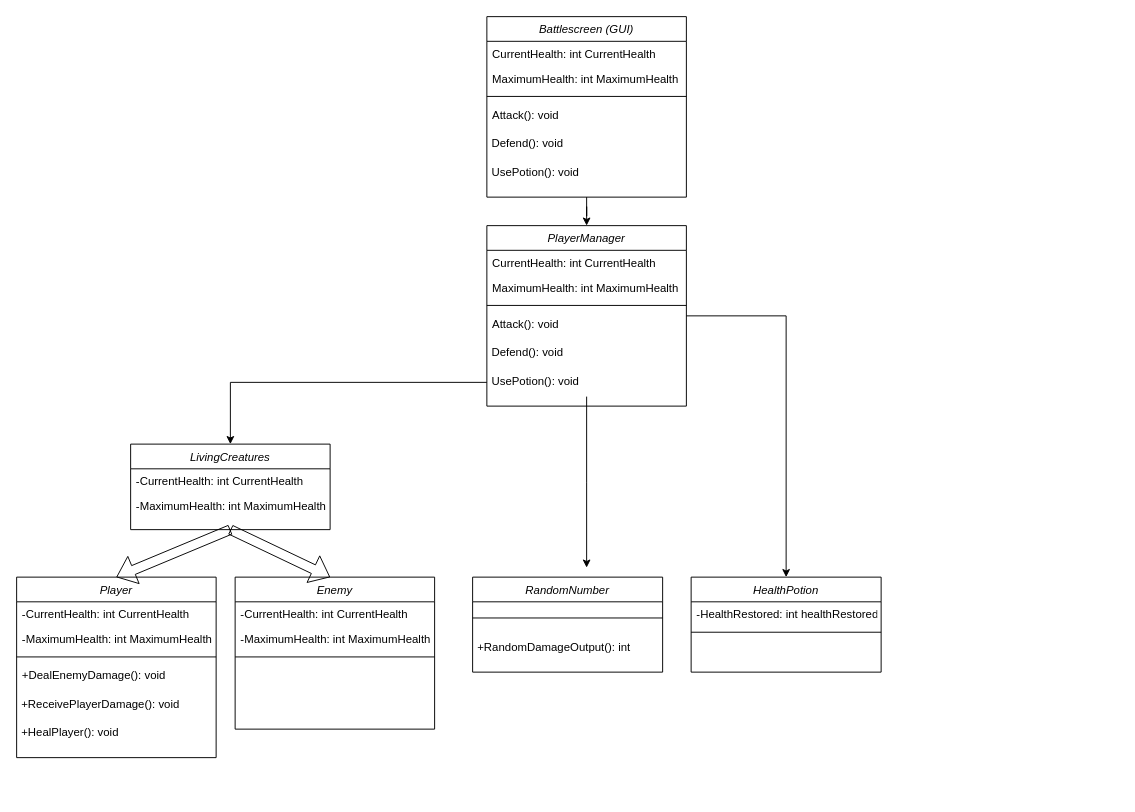
The draw.io diagram UML Class Diagram.drawio in SjoerdJoosen/2DTurnBasedRPG, before the edit. Source tidied: cells renumbered, new cells numbered last; positions are measured from the earlier drawing's top-left corner, leaving out a move shared by most shapes. Both pictures are drawn from the tidied source at 95%, with x=0, y=0 at pixel (16, 16).
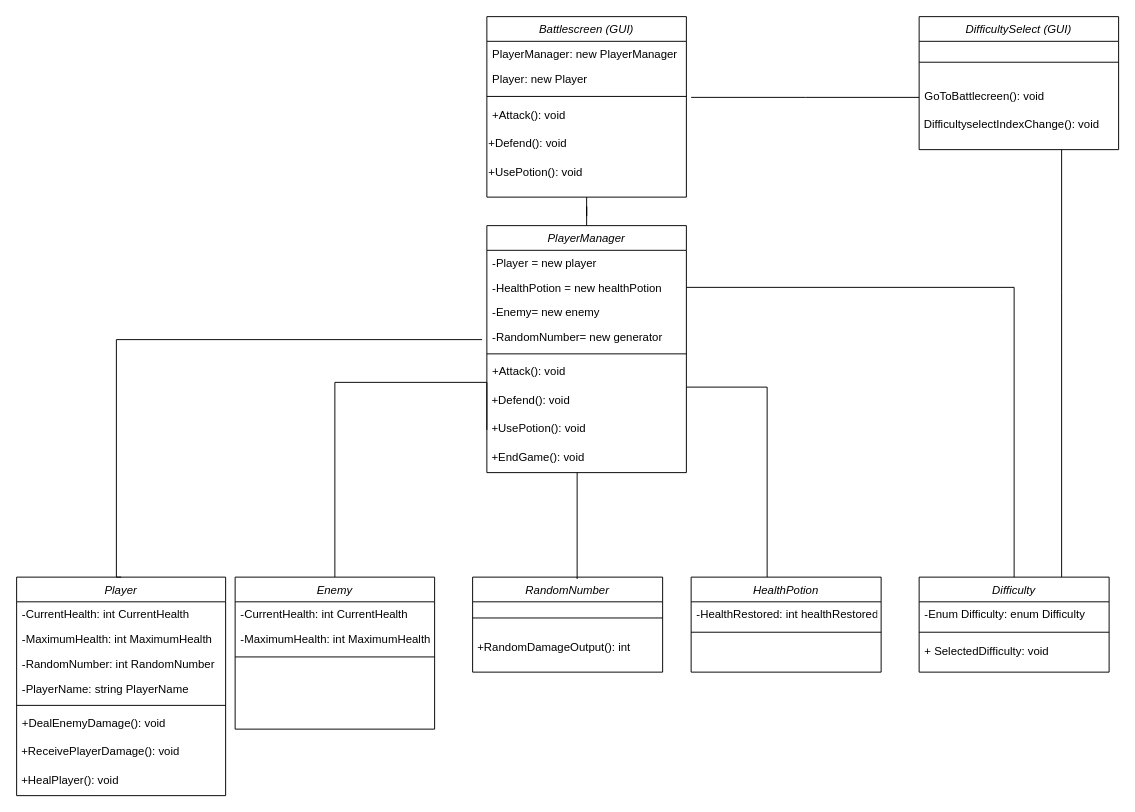
The same diagram, later.

Unchanged cells that the change refers to:
```xml
<mxCell id="9" value="HealthPotion" style="swimlane;fontStyle=2;align=center;verticalAlign=top;horizontal=1;startSize=26;rounded=0;shadow=0;strokeWidth=1;" parent="1" vertex="1">
  <mxGeometry x="710" y="590" width="200" height="100" as="geometry" />
</mxCell>
<mxCell id="15" value="Enemy" style="swimlane;fontStyle=2;align=center;verticalAlign=top;horizontal=1;startSize=26;rounded=0;shadow=0;strokeWidth=1;" parent="1" vertex="1">
  <mxGeometry x="230" y="590" width="210" height="160" as="geometry" />
</mxCell>
<mxCell id="20" value="Battlescreen (GUI)" style="swimlane;fontStyle=2;align=center;verticalAlign=top;horizontal=1;startSize=26;rounded=0;shadow=0;strokeWidth=1;" parent="1" vertex="1">
  <mxGeometry x="495" width="210" height="190" as="geometry" />
</mxCell>
```

The edit, as a diff of the source:
```diff
@@
     <mxCell id="2" value="Player" style="swimlane;fontStyle=2;align=center;verticalAlign=top;horizontal=1;startSize=26;rounded=0;shadow=0;strokeWidth=1;" parent="1" vertex="1">
-      <mxGeometry y="590" width="210" height="190" as="geometry" />
+      <mxGeometry y="590" width="220" height="230" as="geometry" />
     </mxCell>
     <mxCell id="3" value="-CurrentHealth: int CurrentHealth" style="text;align=left;verticalAlign=top;spacingLeft=4;spacingRight=4;overflow=hidden;" parent="2" vertex="1">
-      <mxGeometry y="26" width="210" height="26" as="geometry" />
+      <mxGeometry y="26" width="220" height="26" as="geometry" />
     </mxCell>
     <mxCell id="4" value="-MaximumHealth: int MaximumHealth" style="text;align=left;verticalAlign=top;spacingLeft=4;spacingRight=4;overflow=hidden;rounded=0;shadow=0;html=0;" parent="2" vertex="1">
-      <mxGeometry y="52" width="210" height="26" as="geometry" />
+      <mxGeometry y="52" width="220" height="26" as="geometry" />
     </mxCell>
+    <mxCell id="42" value="-RandomNumber: int RandomNumber" style="text;align=left;verticalAlign=top;spacingLeft=4;spacingRight=4;overflow=hidden;rounded=0;shadow=0;html=0;" parent="2" vertex="1">
+      <mxGeometry y="78" width="220" height="26" as="geometry" />
+    </mxCell>
+    <mxCell id="43" value="-PlayerName: string PlayerName" style="text;align=left;verticalAlign=top;spacingLeft=4;spacingRight=4;overflow=hidden;rounded=0;shadow=0;html=0;" parent="2" vertex="1">
+      <mxGeometry y="104" width="220" height="26" as="geometry" />
+    </mxCell>
     <mxCell id="5" style="line;html=1;strokeWidth=1;align=left;verticalAlign=middle;spacingTop=-1;spacingLeft=3;spacingRight=3;labelPosition=right;" parent="2" vertex="1">
-      <mxGeometry y="78" width="210" height="12" as="geometry" />
+      <mxGeometry y="130" width="220" height="10" as="geometry" />
     </mxCell>
     <mxCell id="6" value="+DealEnemyDamage(): void" style="text;align=left;verticalAlign=top;spacingLeft=4;spacingRight=4;overflow=hidden;" parent="2" vertex="1">
-      <mxGeometry y="90" width="210" height="30" as="geometry" />
+      <mxGeometry y="140" width="220" height="30" as="geometry" />
     </mxCell>
     <mxCell id="7" value="&lt;span style=&quot;font-family: &amp;#34;helvetica&amp;#34;&quot;&gt;&amp;nbsp;+ReceivePlayerDamage(): void&lt;/span&gt;" style="text;whiteSpace=wrap;html=1;" parent="2" vertex="1">
-      <mxGeometry y="120" width="210" height="30" as="geometry" />
+      <mxGeometry y="170" width="220" height="30" as="geometry" />
     </mxCell>
     <mxCell id="8" value="&lt;span style=&quot;font-family: &amp;#34;helvetica&amp;#34;&quot;&gt;&amp;nbsp;+HealPlayer(): void&lt;/span&gt;" style="text;whiteSpace=wrap;html=1;" parent="2" vertex="1">
-      <mxGeometry y="150" width="210" height="30" as="geometry" />
+      <mxGeometry y="200" width="220" height="30" as="geometry" />
     </mxCell>
@@
+    <mxCell id="44" style="edgeStyle=orthogonalEdgeStyle;rounded=0;jettySize=auto;html=1;endArrow=none;endFill=0;entryX=0;entryY=0.5;entryDx=0;entryDy=0;" parent="1" edge="1" source="15" target="37">
+      <mxGeometry relative="1" as="geometry">
+        <Array as="points">
+          <mxPoint x="335" y="385" />
+        </Array>
+      </mxGeometry>
+    </mxCell>
@@
-    <mxCell id="19" style="edgeStyle=orthogonalEdgeStyle;rounded=0;jettySize=auto;html=1;" parent="1" edge="1" source="20" target="31">
+    <mxCell id="19" style="edgeStyle=orthogonalEdgeStyle;rounded=0;jettySize=auto;html=1;endArrow=none;endFill=0;" parent="1" edge="1" source="20" target="31">
       <mxGeometry relative="1" as="geometry" />
     </mxCell>
@@
-    <mxCell id="21" value="CurrentHealth: int CurrentHealth" style="text;align=left;verticalAlign=top;spacingLeft=4;spacingRight=4;overflow=hidden;" parent="20" vertex="1">
+    <mxCell id="21" value="PlayerManager: new PlayerManager" style="text;align=left;verticalAlign=top;spacingLeft=4;spacingRight=4;overflow=hidden;" parent="20" vertex="1">
       <mxGeometry y="26" width="210" height="26" as="geometry" />
     </mxCell>
-    <mxCell id="22" value="MaximumHealth: int MaximumHealth" style="text;align=left;verticalAlign=top;spacingLeft=4;spacingRight=4;overflow=hidden;rounded=0;shadow=0;html=0;" parent="20" vertex="1">
+    <mxCell id="22" value="Player: new Player" style="text;align=left;verticalAlign=top;spacingLeft=4;spacingRight=4;overflow=hidden;rounded=0;shadow=0;html=0;" parent="20" vertex="1">
       <mxGeometry y="52" width="210" height="26" as="geometry" />
     </mxCell>
@@
-    <mxCell id="24" value="Attack(): void" style="text;align=left;verticalAlign=top;spacingLeft=4;spacingRight=4;overflow=hidden;" parent="20" vertex="1">
+    <mxCell id="24" value="+Attack(): void" style="text;align=left;verticalAlign=top;spacingLeft=4;spacingRight=4;overflow=hidden;" parent="20" vertex="1">
       <mxGeometry y="90" width="210" height="30" as="geometry" />
     </mxCell>
-    <mxCell id="25" value="&lt;span style=&quot;font-family: &amp;#34;helvetica&amp;#34;&quot;&gt;&amp;nbsp;Defend(): void&lt;/span&gt;" style="text;whiteSpace=wrap;html=1;" parent="20" vertex="1">
+    <mxCell id="25" value="&lt;span style=&quot;font-family: &amp;#34;helvetica&amp;#34;&quot;&gt;+Defend(): void&lt;/span&gt;" style="text;whiteSpace=wrap;html=1;" parent="20" vertex="1">
       <mxGeometry y="120" width="210" height="30" as="geometry" />
     </mxCell>
-    <mxCell id="26" value="&lt;span style=&quot;font-family: &amp;#34;helvetica&amp;#34;&quot;&gt;&amp;nbsp;UsePotion(): void&lt;/span&gt;" style="text;whiteSpace=wrap;html=1;" parent="20" vertex="1">
+    <mxCell id="26" value="&lt;span style=&quot;font-family: &amp;#34;helvetica&amp;#34;&quot;&gt;+UsePotion(): void&lt;/span&gt;" style="text;whiteSpace=wrap;html=1;" parent="20" vertex="1">
       <mxGeometry y="150" width="210" height="30" as="geometry" />
     </mxCell>
-    <mxCell id="27" value="LivingCreatures" style="swimlane;fontStyle=2;align=center;verticalAlign=top;horizontal=1;startSize=26;rounded=0;shadow=0;strokeWidth=1;" parent="1" vertex="1">
-      <mxGeometry x="120" y="450" width="210" height="90" as="geometry" />
-    </mxCell>
-    <mxCell id="28" value="-CurrentHealth: int CurrentHealth" style="text;align=left;verticalAlign=top;spacingLeft=4;spacingRight=4;overflow=hidden;" parent="27" vertex="1">
-      <mxGeometry y="26" width="210" height="26" as="geometry" />
-    </mxCell>
-    <mxCell id="29" value="-MaximumHealth: int MaximumHealth" style="text;align=left;verticalAlign=top;spacingLeft=4;spacingRight=4;overflow=hidden;rounded=0;shadow=0;html=0;" parent="27" vertex="1">
-      <mxGeometry y="52" width="210" height="26" as="geometry" />
-    </mxCell>
-    <mxCell id="30" style="edgeStyle=orthogonalEdgeStyle;rounded=0;jettySize=auto;html=1;" parent="1" edge="1" source="31" target="9">
-      <mxGeometry relative="1" as="geometry" />
+    <mxCell id="30" style="edgeStyle=orthogonalEdgeStyle;rounded=0;jettySize=auto;html=1;startArrow=none;startFill=0;endArrow=none;endFill=0;" parent="1" edge="1" source="31" target="9">
+      <mxGeometry relative="1" as="geometry">
+        <Array as="points">
+          <mxPoint x="790" y="390" />
+        </Array>
+      </mxGeometry>
     </mxCell>
     <mxCell id="31" value="PlayerManager" style="swimlane;fontStyle=2;align=center;verticalAlign=top;horizontal=1;startSize=26;rounded=0;shadow=0;strokeWidth=1;" parent="1" vertex="1">
-      <mxGeometry x="495" y="220" width="210" height="190" as="geometry" />
+      <mxGeometry x="495" y="220" width="210" height="260" as="geometry" />
     </mxCell>
-    <mxCell id="32" value="CurrentHealth: int CurrentHealth" style="text;align=left;verticalAlign=top;spacingLeft=4;spacingRight=4;overflow=hidden;" parent="31" vertex="1">
+    <mxCell id="32" value="-Player = new player" style="text;align=left;verticalAlign=top;spacingLeft=4;spacingRight=4;overflow=hidden;" parent="31" vertex="1">
       <mxGeometry y="26" width="210" height="26" as="geometry" />
     </mxCell>
-    <mxCell id="33" value="MaximumHealth: int MaximumHealth" style="text;align=left;verticalAlign=top;spacingLeft=4;spacingRight=4;overflow=hidden;points=[[0,0.5],[1,0.5]];portConstraint=eastwest;rounded=0;shadow=0;html=0;" parent="31" vertex="1">
+    <mxCell id="33" value="-HealthPotion = new healthPotion" style="text;align=left;verticalAlign=top;spacingLeft=4;spacingRight=4;overflow=hidden;points=[[0,0.5],[1,0.5]];portConstraint=eastwest;rounded=0;shadow=0;html=0;" parent="31" vertex="1">
       <mxGeometry y="52" width="210" height="26" as="geometry" />
     </mxCell>
+    <mxCell id="45" value="-Enemy= new enemy" style="text;align=left;verticalAlign=top;spacingLeft=4;spacingRight=4;overflow=hidden;rounded=0;shadow=0;html=0;" parent="31" vertex="1">
+      <mxGeometry y="78" width="210" height="26" as="geometry" />
+    </mxCell>
+    <mxCell id="46" value="-RandomNumber= new generator" style="text;align=left;verticalAlign=top;spacingLeft=4;spacingRight=4;overflow=hidden;rounded=0;shadow=0;html=0;" parent="31" vertex="1">
+      <mxGeometry y="104" width="210" height="26" as="geometry" />
+    </mxCell>
     <mxCell id="34" style="line;html=1;strokeWidth=1;align=left;verticalAlign=middle;spacingTop=-1;spacingLeft=3;spacingRight=3;labelPosition=right;" parent="31" vertex="1">
-      <mxGeometry y="78" width="210" height="12" as="geometry" />
+      <mxGeometry y="130" width="210" height="10" as="geometry" />
     </mxCell>
-    <mxCell id="35" value="Attack(): void" style="text;align=left;verticalAlign=top;spacingLeft=4;spacingRight=4;overflow=hidden;" parent="31" vertex="1">
-      <mxGeometry y="90" width="210" height="30" as="geometry" />
+    <mxCell id="35" value="+Attack(): void" style="text;align=left;verticalAlign=top;spacingLeft=4;spacingRight=4;overflow=hidden;" parent="31" vertex="1">
+      <mxGeometry y="140" width="210" height="30" as="geometry" />
     </mxCell>
-    <mxCell id="36" value="&lt;span style=&quot;font-family: &amp;#34;helvetica&amp;#34;&quot;&gt;&amp;nbsp;Defend(): void&lt;/span&gt;" style="text;whiteSpace=wrap;html=1;" parent="31" vertex="1">
-      <mxGeometry y="120" width="210" height="30" as="geometry" />
+    <mxCell id="36" value="&lt;span style=&quot;font-family: &amp;#34;helvetica&amp;#34;&quot;&gt;&amp;nbsp;+Defend(): void&lt;/span&gt;" style="text;whiteSpace=wrap;html=1;" parent="31" vertex="1">
+      <mxGeometry y="170" width="210" height="30" as="geometry" />
     </mxCell>
-    <mxCell id="37" value="&lt;span style=&quot;font-family: &amp;#34;helvetica&amp;#34;&quot;&gt;&amp;nbsp;UsePotion(): void&lt;/span&gt;" style="text;whiteSpace=wrap;html=1;" parent="31" vertex="1">
-      <mxGeometry y="150" width="210" height="30" as="geometry" />
+    <mxCell id="37" value="&lt;span style=&quot;font-family: &amp;#34;helvetica&amp;#34;&quot;&gt;&amp;nbsp;+UsePotion(): void&lt;/span&gt;" style="text;whiteSpace=wrap;html=1;" parent="31" vertex="1">
+      <mxGeometry y="200" width="210" height="30" as="geometry" />
     </mxCell>
-    <mxCell id="38" style="shape=flexArrow;endArrow=classic;html=1;exitX=0.5;exitY=1;exitDx=0;exitDy=0;entryX=0.5;entryY=0;entryDx=0;entryDy=0;" parent="1" edge="1" source="27" target="2">
-      <mxGeometry relative="1" as="geometry" />
-    </mxCell>
-    <mxCell id="39" style="shape=flexArrow;endArrow=classic;html=1;exitX=0.5;exitY=1;exitDx=0;exitDy=0;entryX=0.5;entryY=0;entryDx=0;entryDy=0;" parent="1" edge="1" source="27">
-      <mxGeometry relative="1" as="geometry">
-        <mxPoint x="330" y="590" as="targetPoint" />
-      </mxGeometry>
-    </mxCell>
+    <mxCell id="47" value="&lt;span style=&quot;font-family: &amp;#34;helvetica&amp;#34;&quot;&gt;&amp;nbsp;+EndGame(): void&lt;/span&gt;" style="text;whiteSpace=wrap;html=1;" parent="31" vertex="1">
+      <mxGeometry y="230" width="210" height="30" as="geometry" />
+    </mxCell>
-    <mxCell id="40" style="edgeStyle=orthogonalEdgeStyle;rounded=0;jettySize=auto;html=1;" parent="1" edge="1" source="37" target="27">
-      <mxGeometry relative="1" as="geometry" />
+    <mxCell id="40" style="edgeStyle=orthogonalEdgeStyle;rounded=0;jettySize=auto;html=1;startArrow=none;startFill=0;endArrow=none;endFill=0;entryX=0.5;entryY=0;entryDx=0;entryDy=0;" parent="1" edge="1" target="2">
+      <mxGeometry relative="1" as="geometry">
+        <mxPoint x="490" y="340" as="sourcePoint" />
+        <Array as="points">
+          <mxPoint x="105" y="340" />
+        </Array>
+      </mxGeometry>
     </mxCell>
-    <mxCell id="41" style="edgeStyle=orthogonalEdgeStyle;rounded=0;jettySize=auto;html=1;" parent="1" edge="1" source="37">
+    <mxCell id="41" style="edgeStyle=orthogonalEdgeStyle;rounded=0;orthogonalLoop=1;jettySize=auto;html=1;startArrow=none;startFill=0;endArrow=none;endFill=0;" parent="1" edge="1">
       <mxGeometry relative="1" as="geometry">
-        <mxPoint x="600" y="580" as="targetPoint" />
+        <mxPoint x="590" y="480" as="sourcePoint" />
+        <mxPoint x="590" y="592" as="targetPoint" />
+        <Array as="points">
+          <mxPoint x="590" y="592" />
+        </Array>
       </mxGeometry>
     </mxCell>
+    <mxCell id="48" style="edgeStyle=orthogonalEdgeStyle;rounded=0;jettySize=auto;html=1;startArrow=none;startFill=0;entryX=0.75;entryY=0;entryDx=0;entryDy=0;endArrow=none;endFill=0;" parent="1" edge="1" source="49" target="53">
+      <mxGeometry relative="1" as="geometry">
+        <Array as="points">
+          <mxPoint x="1100" y="290" />
+          <mxPoint x="1100" y="290" />
+        </Array>
+      </mxGeometry>
+    </mxCell>
+    <mxCell id="49" value="DifficultySelect (GUI)" style="swimlane;fontStyle=2;align=center;verticalAlign=top;horizontal=1;startSize=26;rounded=0;shadow=0;strokeWidth=1;" parent="1" vertex="1">
+      <mxGeometry x="950" width="210" height="140" as="geometry" />
+    </mxCell>
+    <mxCell id="50" style="line;html=1;strokeWidth=1;align=left;verticalAlign=middle;spacingTop=-1;spacingLeft=3;spacingRight=3;labelPosition=right;" parent="49" vertex="1">
+      <mxGeometry y="26" width="210" height="44" as="geometry" />
+    </mxCell>
+    <mxCell id="51" value="GoToBattlecreen(): void" style="text;align=left;verticalAlign=top;spacingLeft=4;spacingRight=4;overflow=hidden;points=[[0,0.5],[1,0.5]];portConstraint=eastwest;" parent="49" vertex="1">
+      <mxGeometry y="70" width="210" height="30" as="geometry" />
+    </mxCell>
+    <mxCell id="52" value="&lt;span style=&quot;font-family: &amp;#34;helvetica&amp;#34;&quot;&gt;&amp;nbsp;DifficultyselectIndexChange(): void&lt;/span&gt;" style="text;whiteSpace=wrap;html=1;" parent="49" vertex="1">
+      <mxGeometry y="100" width="210" height="30" as="geometry" />
+    </mxCell>
+    <mxCell id="53" value="Difficulty" style="swimlane;fontStyle=2;align=center;verticalAlign=top;horizontal=1;startSize=26;rounded=0;shadow=0;strokeWidth=1;" parent="1" vertex="1">
+      <mxGeometry x="950" y="590" width="200" height="100" as="geometry" />
+    </mxCell>
+    <mxCell id="54" value="-Enum Difficulty: enum Difficulty" style="text;align=left;verticalAlign=top;spacingLeft=4;spacingRight=4;overflow=hidden;" parent="53" vertex="1">
+      <mxGeometry y="26" width="200" height="26" as="geometry" />
+    </mxCell>
+    <mxCell id="55" style="line;html=1;strokeWidth=1;align=left;verticalAlign=middle;spacingTop=-1;spacingLeft=3;spacingRight=3;labelPosition=right;" parent="53" vertex="1">
+      <mxGeometry y="52" width="200" height="12" as="geometry" />
+    </mxCell>
+    <mxCell id="56" value="+ SelectedDifficulty: void" style="text;align=left;verticalAlign=top;spacingLeft=4;spacingRight=4;overflow=hidden;" parent="53" vertex="1">
+      <mxGeometry y="64" width="200" height="26" as="geometry" />
+    </mxCell>
+    <mxCell id="57" style="edgeStyle=orthogonalEdgeStyle;rounded=0;jettySize=auto;html=1;startArrow=none;startFill=0;entryX=0.5;entryY=0;entryDx=0;entryDy=0;endArrow=none;endFill=0;" parent="1" edge="1" source="33" target="53">
+      <mxGeometry relative="1" as="geometry" />
+    </mxCell>
+    <mxCell id="58" style="edgeStyle=orthogonalEdgeStyle;rounded=0;jettySize=auto;html=1;startArrow=none;startFill=0;endArrow=none;endFill=0;" parent="1" edge="1" source="51">
+      <mxGeometry relative="1" as="geometry">
+        <mxPoint x="710" y="85" as="targetPoint" />
+      </mxGeometry>
+    </mxCell>
```
